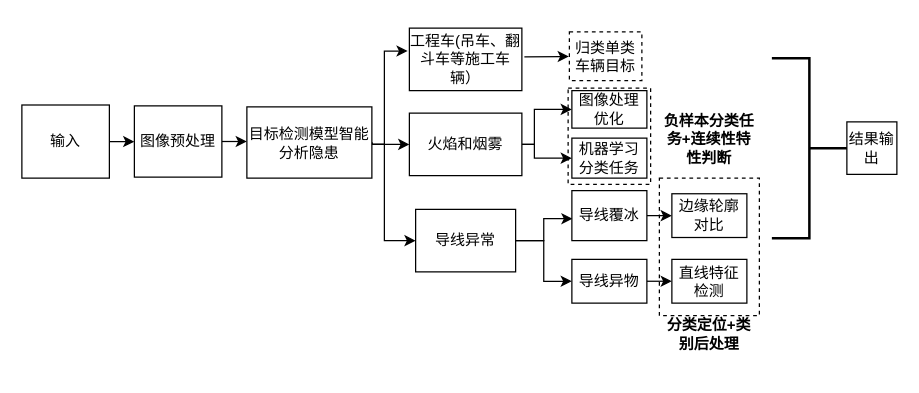
Above: transmission.drawio in paleblackless/diagrams (draw.io), before the change. Source tidied: cells renumbered, new cells numbered last; positions are measured from the earlier drawing's top-left corner, leaving out a move shared by most shapes. Both pictures are drawn from the tidied source at 125%, with x=0, y=0 at pixel (21, 28).
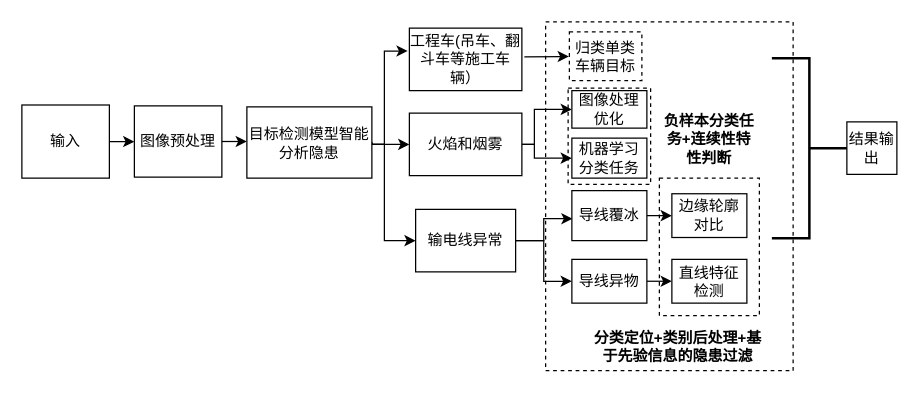
The same page after the edit.

Diff of the diagram source:
```diff
@@
-    <mxCell id="16" value="导线异常" style="rounded=0;whiteSpace=wrap;html=1;" parent="1" vertex="1">
+    <mxCell id="16" value="输电线异常" style="rounded=0;whiteSpace=wrap;html=1;" parent="1" vertex="1">
       <mxGeometry x="315" y="145" width="80" height="50" as="geometry" />
     </mxCell>
@@
-    <mxCell id="26" value="&lt;b&gt;分类定位+类别后处理&lt;/b&gt;" style="text;html=1;strokeColor=none;fillColor=none;align=center;verticalAlign=middle;whiteSpace=wrap;rounded=0;dashed=1;" parent="1" vertex="1">
-      <mxGeometry x="510" y="230" width="80" height="30" as="geometry" />
+    <mxCell id="26" value="&lt;b&gt;分类定位+类别后处理+基于先验信息的隐患过滤&lt;/b&gt;" style="text;html=1;strokeColor=none;fillColor=none;align=center;verticalAlign=middle;whiteSpace=wrap;rounded=0;dashed=1;" parent="1" vertex="1">
+      <mxGeometry x="456" y="240" width="138" height="30" as="geometry" />
     </mxCell>
@@
+    <mxCell id="33" style="rounded=0;whiteSpace=wrap;html=1;dashed=1;fillColor=none;" parent="1" vertex="1">
+      <mxGeometry x="419" y="-5" width="198" height="279" as="geometry" />
+    </mxCell>
```
